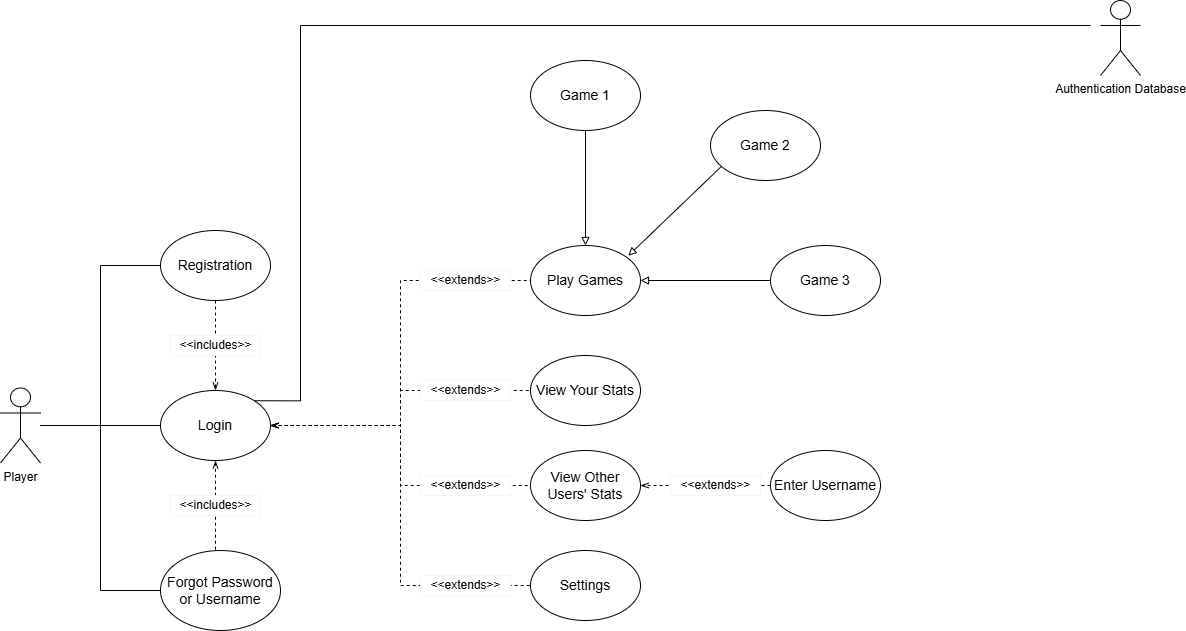
Earlier version of the draw.io export use_case_diagram.drawio.png (farshadislam/Socketed-Multigame-GUI). Source tidied: cells renumbered, new cells last; positions are measured from the earlier drawing's top-left corner, leaving out a move shared by most shapes.
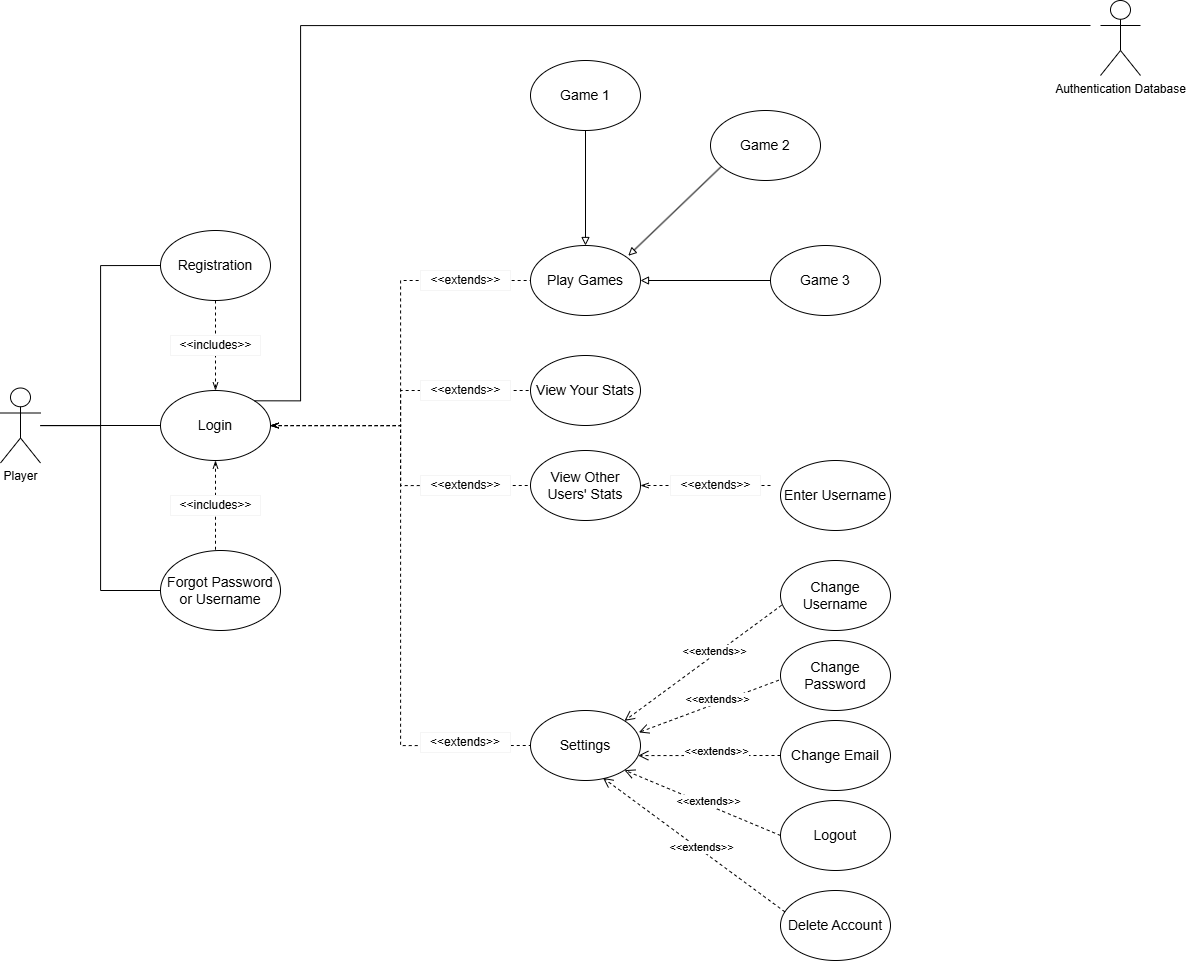
Later version of the same file.

Commit message:
Finished the Rough Use Case Diagram

Diff of the diagram source:
```diff
@@ -69,7 +69,7 @@
       <mxGeometry x="530" y="450" width="110" height="70" as="geometry" />
     </mxCell>
     <mxCell id="23" value="&lt;span style=&quot;font-size: 14px;&quot;&gt;Settings&lt;/span&gt;" style="ellipse;whiteSpace=wrap;html=1;" parent="1" vertex="1">
-      <mxGeometry x="530" y="550" width="110" height="70" as="geometry" />
+      <mxGeometry x="530" y="710" width="110" height="70" as="geometry" />
     </mxCell>
     <mxCell id="24" style="rounded=0;whiteSpace=wrap;html=1;shadow=0;fillColor=light-dark(#FFFFFF,var(--ge-dark-color, #121212));strokeColor=light-dark(#F5F5F5,#FFFFFF);" parent="1" vertex="1">
       <mxGeometry x="420" y="270" width="90" height="20" as="geometry" />
@@ -89,12 +89,9 @@
     <mxCell id="29" value="&amp;lt;&amp;lt;extends&amp;gt;&amp;gt;" style="text;html=1;align=center;verticalAlign=middle;strokeColor=none;fillColor=none;" parent="1" vertex="1">
       <mxGeometry x="420" y="470" width="90" height="30" as="geometry" />
     </mxCell>
-    <mxCell id="30" style="rounded=0;whiteSpace=wrap;html=1;shadow=0;fillColor=light-dark(#FFFFFF,var(--ge-dark-color, #121212));strokeColor=light-dark(#F5F5F5,#FFFFFF);" parent="1" vertex="1">
-      <mxGeometry x="420" y="575" width="90" height="20" as="geometry" />
+    <mxCell id="30" value="&amp;lt;&amp;lt;extends&amp;gt;&amp;gt;" style="rounded=0;whiteSpace=wrap;html=1;shadow=0;fillColor=light-dark(#FFFFFF,var(--ge-dark-color, #121212));strokeColor=light-dark(#F5F5F5,#FFFFFF);" parent="1" vertex="1">
+      <mxGeometry x="420" y="732" width="90" height="20" as="geometry" />
     </mxCell>
-    <mxCell id="31" value="&amp;lt;&amp;lt;extends&amp;gt;&amp;gt;" style="text;html=1;align=center;verticalAlign=middle;strokeColor=none;fillColor=none;" parent="1" vertex="1">
-      <mxGeometry x="420" y="570" width="90" height="30" as="geometry" />
-    </mxCell>
     <mxCell id="32" value="&lt;span style=&quot;font-size: 14px;&quot;&gt;Game 1&lt;/span&gt;" style="ellipse;whiteSpace=wrap;html=1;" parent="1" vertex="1">
       <mxGeometry x="530" y="60" width="110" height="70" as="geometry" />
     </mxCell>
@@ -124,8 +121,8 @@
         </Array>
       </mxGeometry>
     </mxCell>
-    <mxCell id="39" value="&lt;span style=&quot;font-size: 14px;&quot;&gt;Enter Username&lt;/span&gt;" style="ellipse;whiteSpace=wrap;html=1;" parent="1" vertex="1">
-      <mxGeometry x="770" y="450" width="110" height="70" as="geometry" />
+    <mxCell id="39" value="&lt;span style=&quot;font-size: 14px;&quot;&gt;Change Username&lt;/span&gt;" style="ellipse;whiteSpace=wrap;html=1;" parent="1" vertex="1">
+      <mxGeometry x="780" y="560" width="110" height="70" as="geometry" />
     </mxCell>
     <mxCell id="40" style="edgeStyle=orthogonalEdgeStyle;rounded=0;orthogonalLoop=1;jettySize=auto;html=1;entryX=1;entryY=0.5;entryDx=0;entryDy=0;dashed=1;endArrow=openThin;startFill=0;startArrow=none;endFill=0;" parent="1" edge="1">
       <mxGeometry relative="1" as="geometry">
@@ -139,5 +136,35 @@
     <mxCell id="42" value="&amp;lt;&amp;lt;extends&amp;gt;&amp;gt;" style="text;html=1;align=center;verticalAlign=middle;strokeColor=none;fillColor=none;" parent="1" vertex="1">
       <mxGeometry x="670" y="470" width="90" height="30" as="geometry" />
     </mxCell>
+    <mxCell id="43" value="&lt;span style=&quot;font-size: 14px;&quot;&gt;Enter Username&lt;/span&gt;" style="ellipse;whiteSpace=wrap;html=1;" parent="1" vertex="1">
+      <mxGeometry x="780" y="460" width="110" height="70" as="geometry" />
+    </mxCell>
+    <mxCell id="44" value="&amp;lt;&amp;lt;extends&amp;gt;&amp;gt;" style="html=1;verticalAlign=bottom;endArrow=open;dashed=1;endSize=8;curved=0;rounded=0;exitX=0.01;exitY=0.639;exitDx=0;exitDy=0;entryX=1;entryY=0;entryDx=0;entryDy=0;exitPerimeter=0;" parent="1" edge="1" source="39" target="23">
+      <mxGeometry x="-0.11" y="5" relative="1" as="geometry" />
+    </mxCell>
+    <mxCell id="45" value="&lt;span style=&quot;font-size: 14px;&quot;&gt;Change Password&lt;/span&gt;" style="ellipse;whiteSpace=wrap;html=1;" parent="1" vertex="1">
+      <mxGeometry x="780" y="640" width="110" height="70" as="geometry" />
+    </mxCell>
+    <mxCell id="46" value="&lt;span style=&quot;font-size: 14px;&quot;&gt;Change Email&lt;/span&gt;" style="ellipse;whiteSpace=wrap;html=1;" parent="1" vertex="1">
+      <mxGeometry x="780" y="720" width="110" height="70" as="geometry" />
+    </mxCell>
+    <mxCell id="47" value="&lt;span style=&quot;font-size: 14px;&quot;&gt;Logout&lt;/span&gt;" style="ellipse;whiteSpace=wrap;html=1;" parent="1" vertex="1">
+      <mxGeometry x="780" y="800" width="110" height="70" as="geometry" />
+    </mxCell>
+    <mxCell id="48" value="&amp;lt;&amp;lt;extends&amp;gt;&amp;gt;" style="html=1;verticalAlign=bottom;endArrow=open;dashed=1;endSize=8;curved=0;rounded=0;exitX=-0.015;exitY=0.567;exitDx=0;exitDy=0;entryX=0.985;entryY=0.313;entryDx=0;entryDy=0;exitPerimeter=0;entryPerimeter=0;" parent="1" edge="1" source="45" target="23">
+      <mxGeometry x="-0.11" y="5" relative="1" as="geometry" />
+    </mxCell>
+    <mxCell id="49" value="&amp;lt;&amp;lt;extends&amp;gt;&amp;gt;" style="html=1;verticalAlign=bottom;endArrow=open;dashed=1;endSize=8;curved=0;rounded=0;exitX=0;exitY=0.5;exitDx=0;exitDy=0;entryX=0.98;entryY=0.644;entryDx=0;entryDy=0;entryPerimeter=0;" parent="1" edge="1" source="46" target="23">
+      <mxGeometry x="-0.11" y="5" relative="1" as="geometry" />
+    </mxCell>
+    <mxCell id="50" value="&amp;lt;&amp;lt;extends&amp;gt;&amp;gt;" style="html=1;verticalAlign=bottom;endArrow=open;dashed=1;endSize=8;curved=0;rounded=0;exitX=0;exitY=0.5;exitDx=0;exitDy=0;entryX=1;entryY=1;entryDx=0;entryDy=0;" parent="1" edge="1" source="47" target="23">
+      <mxGeometry x="-0.11" y="5" relative="1" as="geometry" />
+    </mxCell>
+    <mxCell id="51" value="&lt;span style=&quot;font-size: 14px;&quot;&gt;Delete Account&lt;/span&gt;" style="ellipse;whiteSpace=wrap;html=1;" parent="1" vertex="1">
+      <mxGeometry x="780" y="890" width="110" height="70" as="geometry" />
+    </mxCell>
+    <mxCell id="52" value="&amp;lt;&amp;lt;extends&amp;gt;&amp;gt;" style="html=1;verticalAlign=bottom;endArrow=open;dashed=1;endSize=8;curved=0;rounded=0;exitX=0.041;exitY=0.306;exitDx=0;exitDy=0;entryX=0.659;entryY=0.963;entryDx=0;entryDy=0;entryPerimeter=0;exitPerimeter=0;" parent="1" edge="1" source="51" target="23">
+      <mxGeometry x="-0.11" y="5" relative="1" as="geometry" />
+    </mxCell>
   </root>
 </mxGraphModel>
```
